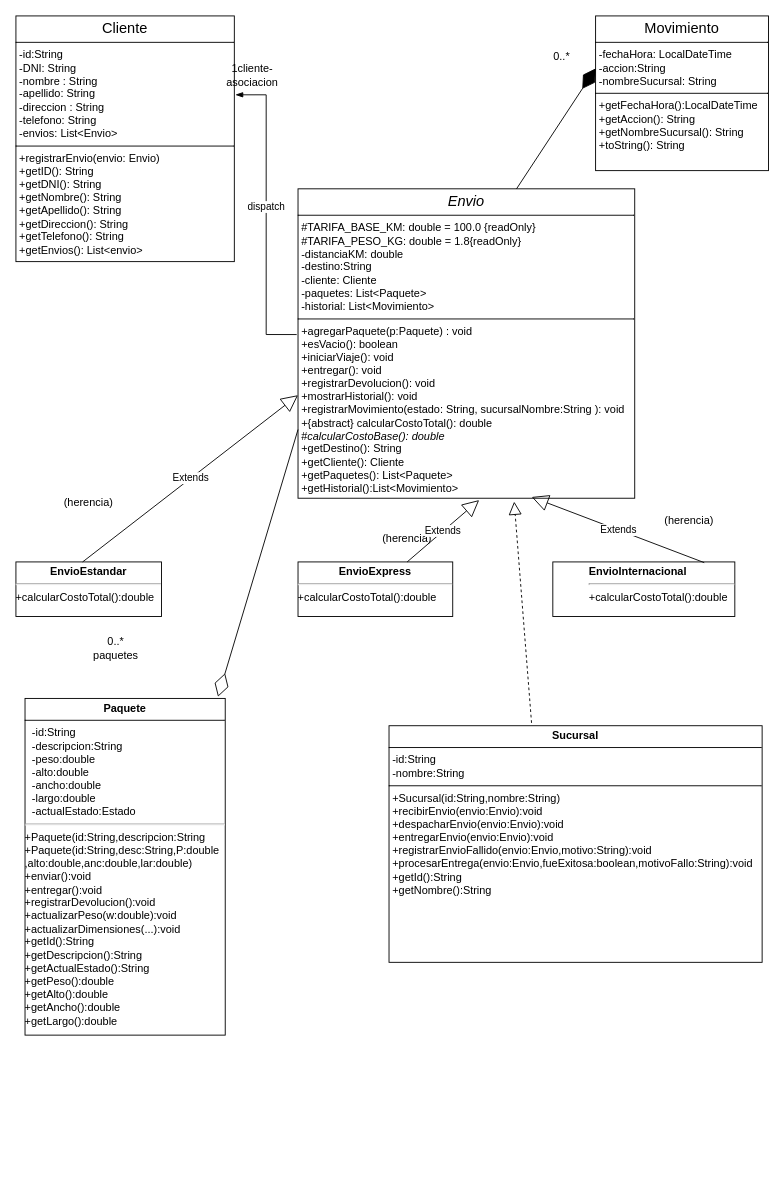
Before: tp2desarrollo.drawio in marcos21socram94-svg/tp2desarrollo.marcospenalva, a draw.io diagram. Source tidied: cells renumbered, new cells numbered last; positions are measured from the earlier drawing's top-left corner, leaving out a move shared by most shapes. Both pictures are drawn from the tidied source at 91%, with x=0, y=0 at pixel (15, 15).
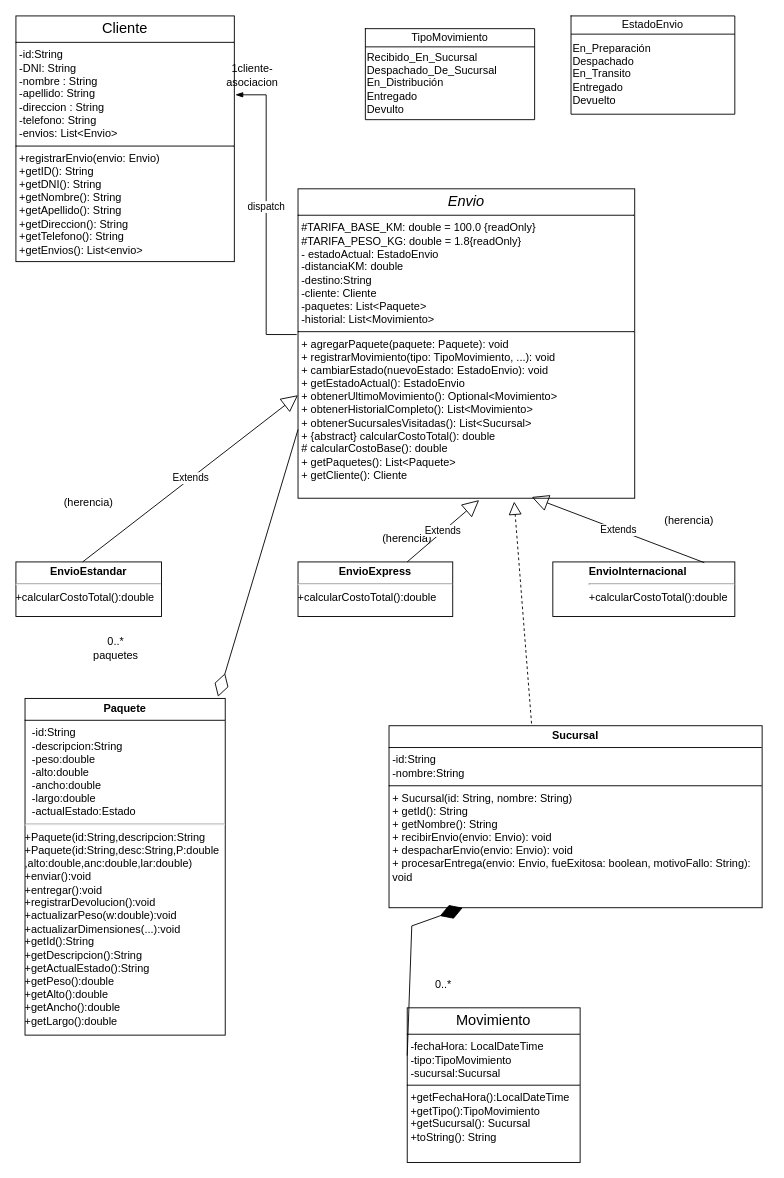
Above is the later version.

What changed in the source:
```diff
@@
-    <mxCell id="3" value="&lt;p style=&quot;margin:0px;margin-top:4px;text-align:center;&quot;&gt;&lt;span style=&quot;background-color: light-dark(#ffffff, var(--ge-dark-color, #121212));&quot;&gt;&lt;font style=&quot;font-size: 16px;&quot;&gt;Movimiento&lt;/font&gt;&lt;/span&gt;&lt;/p&gt;&lt;hr size=&quot;1&quot; style=&quot;border-style:solid;&quot;&gt;&lt;p style=&quot;margin:0px;margin-left:4px;&quot;&gt;-fechaHora: LocalDateTime&lt;/p&gt;&lt;p style=&quot;margin:0px;margin-left:4px;&quot;&gt;-accion:String&lt;/p&gt;&lt;p style=&quot;margin:0px;margin-left:4px;&quot;&gt;-nombreSucursal: String&lt;/p&gt;&lt;hr size=&quot;1&quot; style=&quot;border-style:solid;&quot;&gt;&lt;p style=&quot;margin:0px;margin-left:4px;&quot;&gt;+getFechaHora():LocalDateTime&lt;br&gt;&lt;/p&gt;&lt;p style=&quot;margin:0px;margin-left:4px;&quot;&gt;+getAccion(): String&lt;/p&gt;&lt;p style=&quot;margin:0px;margin-left:4px;&quot;&gt;+getNombreSucursal(): String&lt;/p&gt;&lt;p style=&quot;margin:0px;margin-left:4px;&quot;&gt;+toString(): String&lt;/p&gt;&lt;p style=&quot;margin:0px;margin-left:4px;&quot;&gt;&lt;br&gt;&lt;/p&gt;" style="verticalAlign=top;align=left;overflow=fill;html=1;whiteSpace=wrap;" parent="1" vertex="1">
-      <mxGeometry x="637" width="190" height="170" as="geometry" />
+    <mxCell id="3" value="&lt;p style=&quot;margin:0px;margin-top:4px;text-align:center;&quot;&gt;&lt;span style=&quot;background-color: light-dark(#ffffff, var(--ge-dark-color, #121212));&quot;&gt;&lt;font style=&quot;font-size: 16px;&quot;&gt;Movimiento&lt;/font&gt;&lt;/span&gt;&lt;/p&gt;&lt;hr size=&quot;1&quot; style=&quot;border-style:solid;&quot;&gt;&lt;p style=&quot;margin:0px;margin-left:4px;&quot;&gt;-fechaHora: LocalDateTime&lt;/p&gt;&lt;p style=&quot;margin:0px;margin-left:4px;&quot;&gt;-tipo:TipoMovimiento&lt;/p&gt;&lt;p style=&quot;margin:0px;margin-left:4px;&quot;&gt;-sucursal:Sucursal&lt;/p&gt;&lt;hr size=&quot;1&quot; style=&quot;border-style:solid;&quot;&gt;&lt;p style=&quot;margin:0px;margin-left:4px;&quot;&gt;+getFechaHora():LocalDateTime&lt;br&gt;&lt;/p&gt;&lt;p style=&quot;margin:0px;margin-left:4px;&quot;&gt;+getTipo():TipoMovimiento&lt;/p&gt;&lt;p style=&quot;margin:0px;margin-left:4px;&quot;&gt;+getSucursal(): Sucursal&lt;/p&gt;&lt;p style=&quot;margin:0px;margin-left:4px;&quot;&gt;+toString(): String&lt;/p&gt;&lt;p style=&quot;margin:0px;margin-left:4px;&quot;&gt;&lt;br&gt;&lt;/p&gt;" style="verticalAlign=top;align=left;overflow=fill;html=1;whiteSpace=wrap;" parent="1" vertex="1">
+      <mxGeometry x="430" y="1090" width="190" height="170" as="geometry" />
     </mxCell>
-    <mxCell id="4" value="&lt;p style=&quot;margin:0px;margin-top:4px;text-align:center;&quot;&gt;&lt;font style=&quot;font-size: 16px; background-color: light-dark(#ffffff, var(--ge-dark-color, #121212));&quot;&gt;&lt;i&gt;Envio&lt;/i&gt;&lt;/font&gt;&lt;/p&gt;&lt;hr size=&quot;1&quot; style=&quot;border-style:solid;&quot;&gt;&lt;p style=&quot;margin:0px;margin-left:4px;&quot;&gt;#TARIFA_BASE_KM: double = 100.0 {readOnly}&lt;br&gt;#TARIFA_PESO_KG: double = 1.8{readOnly}&lt;/p&gt;&lt;p style=&quot;margin:0px;margin-left:4px;&quot;&gt;-distanciaKM: double&lt;/p&gt;&lt;p style=&quot;margin:0px;margin-left:4px;&quot;&gt;-destino:String&lt;/p&gt;&lt;p style=&quot;margin:0px;margin-left:4px;&quot;&gt;-cliente: Cliente&lt;/p&gt;&lt;p style=&quot;margin:0px;margin-left:4px;&quot;&gt;-paquetes: List&amp;lt;Paquete&amp;gt;&lt;/p&gt;&lt;p style=&quot;margin:0px;margin-left:4px;&quot;&gt;-historial: List&amp;lt;Movimiento&amp;gt;&lt;/p&gt;&lt;hr size=&quot;1&quot; style=&quot;border-style:solid;&quot;&gt;&lt;p style=&quot;margin:0px;margin-left:4px;&quot;&gt;+agregarPaquete(p:Paquete) : void&lt;/p&gt;&lt;p style=&quot;margin:0px;margin-left:4px;&quot;&gt;+esVacio(): boolean&amp;nbsp;&lt;/p&gt;&lt;p style=&quot;margin:0px;margin-left:4px;&quot;&gt;+iniciarViaje(): void&lt;/p&gt;&lt;p style=&quot;margin:0px;margin-left:4px;&quot;&gt;+entregar(): void&lt;/p&gt;&lt;p style=&quot;margin:0px;margin-left:4px;&quot;&gt;+registrarDevolucion(): void&lt;/p&gt;&lt;p style=&quot;margin:0px;margin-left:4px;&quot;&gt;+mostrarHistorial(): void&lt;/p&gt;&lt;p style=&quot;margin:0px;margin-left:4px;&quot;&gt;+registrarMovimiento(estado: String, sucursalNombre:String ): void&lt;/p&gt;&lt;p style=&quot;margin:0px;margin-left:4px;&quot;&gt;+{abstract} calcularCostoTotal(): double&lt;/p&gt;&lt;p style=&quot;margin:0px;margin-left:4px;&quot;&gt;#&lt;i&gt;calcularCostoBase(): double&lt;/i&gt;&lt;/p&gt;&lt;p style=&quot;margin:0px;margin-left:4px;&quot;&gt;+getDestino(): String&lt;/p&gt;&lt;p style=&quot;margin:0px;margin-left:4px;&quot;&gt;+getCliente(): Cliente&lt;/p&gt;&lt;p style=&quot;margin:0px;margin-left:4px;&quot;&gt;+getPaquetes(): List&amp;lt;Paquete&amp;gt;&lt;/p&gt;&lt;p style=&quot;margin:0px;margin-left:4px;&quot;&gt;+getHistorial():List&amp;lt;Movimiento&amp;gt;&lt;/p&gt;" style="verticalAlign=top;align=left;overflow=fill;html=1;whiteSpace=wrap;" parent="1" vertex="1">
+    <mxCell id="4" value="&lt;p style=&quot;margin:0px;margin-top:4px;text-align:center;&quot;&gt;&lt;font style=&quot;font-size: 16px; background-color: light-dark(#ffffff, var(--ge-dark-color, #121212));&quot;&gt;&lt;i&gt;Envio&lt;/i&gt;&lt;/font&gt;&lt;/p&gt;&lt;hr size=&quot;1&quot; style=&quot;border-style:solid;&quot;&gt;&lt;p style=&quot;margin:0px;margin-left:4px;&quot;&gt;#TARIFA_BASE_KM: double = 100.0 {readOnly}&lt;br&gt;#TARIFA_PESO_KG: double = 1.8{readOnly}&lt;/p&gt;&lt;p style=&quot;margin:0px;margin-left:4px;&quot;&gt;- estadoActual: EstadoEnvio&lt;/p&gt;&lt;p style=&quot;margin:0px;margin-left:4px;&quot;&gt;-distanciaKM: double&lt;/p&gt;&lt;p style=&quot;margin:0px;margin-left:4px;&quot;&gt;-destino:String&lt;/p&gt;&lt;p style=&quot;margin:0px;margin-left:4px;&quot;&gt;-cliente: Cliente&lt;/p&gt;&lt;p style=&quot;margin:0px;margin-left:4px;&quot;&gt;-paquetes: List&amp;lt;Paquete&amp;gt;&lt;/p&gt;&lt;p style=&quot;margin:0px;margin-left:4px;&quot;&gt;-historial: List&amp;lt;Movimiento&amp;gt;&lt;/p&gt;&lt;hr size=&quot;1&quot; style=&quot;border-style:solid;&quot;&gt;&lt;p style=&quot;margin:0px;margin-left:4px;&quot;&gt;+ agregarPaquete(paquete: Paquete): void&lt;/p&gt;&lt;p style=&quot;margin:0px;margin-left:4px;&quot;&gt;+ registrarMovimiento(tipo: TipoMovimiento, ...): void&amp;nbsp;&lt;/p&gt;&lt;p style=&quot;margin:0px;margin-left:4px;&quot;&gt;+ cambiarEstado(nuevoEstado: EstadoEnvio): void&amp;nbsp;&lt;/p&gt;&lt;p style=&quot;margin:0px;margin-left:4px;&quot;&gt;+ getEstadoActual(): EstadoEnvio&amp;nbsp;&lt;/p&gt;&lt;p style=&quot;margin:0px;margin-left:4px;&quot;&gt;+ obtenerUltimoMovimiento(): Optional&amp;lt;Movimiento&amp;gt;&amp;nbsp;&lt;/p&gt;&lt;p style=&quot;margin:0px;margin-left:4px;&quot;&gt;+ obtenerHistorialCompleto(): List&amp;lt;Movimiento&amp;gt;&amp;nbsp;&lt;/p&gt;&lt;p style=&quot;margin:0px;margin-left:4px;&quot;&gt;+ obtenerSucursalesVisitadas(): List&amp;lt;Sucursal&amp;gt;&amp;nbsp;&lt;/p&gt;&lt;p style=&quot;margin:0px;margin-left:4px;&quot;&gt;+ {abstract} calcularCostoTotal(): double&amp;nbsp;&lt;/p&gt;&lt;p style=&quot;margin:0px;margin-left:4px;&quot;&gt;# calcularCostoBase(): double&amp;nbsp;&lt;/p&gt;&lt;p style=&quot;margin:0px;margin-left:4px;&quot;&gt;+ getPaquetes(): List&amp;lt;Paquete&amp;gt;&amp;nbsp;&lt;/p&gt;&lt;p style=&quot;margin:0px;margin-left:4px;&quot;&gt;+ getCliente(): Cliente&amp;nbsp;&lt;/p&gt;&lt;p style=&quot;margin:0px;margin-left:4px;&quot;&gt;&lt;br&gt;&lt;/p&gt;" style="verticalAlign=top;align=left;overflow=fill;html=1;whiteSpace=wrap;" parent="1" vertex="1">
       <mxGeometry x="310" y="190" width="370" height="340" as="geometry" />
     </mxCell>
@@
     <mxCell id="7" value="0..*" style="text;html=1;whiteSpace=wrap;strokeColor=none;fillColor=none;align=center;verticalAlign=middle;rounded=0;" parent="1" vertex="1">
-      <mxGeometry x="570" y="30" width="60" height="30" as="geometry" />
+      <mxGeometry x="440" y="1050" width="60" height="30" as="geometry" />
     </mxCell>
@@
-    <mxCell id="16" value="&lt;p style=&quot;margin:0px;margin-top:4px;text-align:center;&quot;&gt;&lt;b&gt;Sucursal&lt;/b&gt;&lt;/p&gt;&lt;hr size=&quot;1&quot; style=&quot;border-style:solid;&quot;&gt;&lt;p style=&quot;margin:0px;margin-left:4px;&quot;&gt;-id:String&lt;/p&gt;&lt;p style=&quot;margin:0px;margin-left:4px;&quot;&gt;-nombre:String&lt;span style=&quot;white-space: pre;&quot;&gt;&#9;&lt;/span&gt;&lt;/p&gt;&lt;hr size=&quot;1&quot; style=&quot;border-style:solid;&quot;&gt;&lt;p style=&quot;margin:0px;margin-left:4px;&quot;&gt;+Sucursal(id:String,nombre:String)&lt;br&gt;&lt;/p&gt;&lt;p style=&quot;margin:0px;margin-left:4px;&quot;&gt;+recibirEnvio(envio:Envio):void&lt;/p&gt;&lt;p style=&quot;margin:0px;margin-left:4px;&quot;&gt;+despacharEnvio(envio:Envio):void&lt;/p&gt;&lt;p style=&quot;margin:0px;margin-left:4px;&quot;&gt;+entregarEnvio(envio:Envio):void&lt;/p&gt;&lt;p style=&quot;margin:0px;margin-left:4px;&quot;&gt;+registrarEnvioFallido(envio:Envio,motivo:String):void&lt;/p&gt;&lt;p style=&quot;margin:0px;margin-left:4px;&quot;&gt;+procesarEntrega(envio:Envio,fueExitosa:boolean,motivoFallo:String):void&lt;/p&gt;&lt;p style=&quot;margin:0px;margin-left:4px;&quot;&gt;+getId():String&lt;/p&gt;&lt;p style=&quot;margin:0px;margin-left:4px;&quot;&gt;+getNombre():String&amp;nbsp;&lt;/p&gt;" style="verticalAlign=top;align=left;overflow=fill;html=1;whiteSpace=wrap;" parent="1" vertex="1">
-      <mxGeometry x="410" y="780" width="410" height="260" as="geometry" />
+    <mxCell id="16" value="&lt;p style=&quot;margin:0px;margin-top:4px;text-align:center;&quot;&gt;&lt;b&gt;Sucursal&lt;/b&gt;&lt;/p&gt;&lt;hr size=&quot;1&quot; style=&quot;border-style:solid;&quot;&gt;&lt;p style=&quot;margin:0px;margin-left:4px;&quot;&gt;-id:String&lt;/p&gt;&lt;p style=&quot;margin:0px;margin-left:4px;&quot;&gt;-nombre:String&lt;span style=&quot;white-space: pre;&quot;&gt;&#9;&lt;/span&gt;&lt;/p&gt;&lt;hr size=&quot;1&quot; style=&quot;border-style:solid;&quot;&gt;&lt;p style=&quot;margin:0px;margin-left:4px;&quot;&gt;+ Sucursal(id: String, nombre: String)&amp;nbsp;&lt;/p&gt;&lt;p style=&quot;margin:0px;margin-left:4px;&quot;&gt;+ getId(): String&amp;nbsp;&lt;/p&gt;&lt;p style=&quot;margin:0px;margin-left:4px;&quot;&gt;+ getNombre(): String&amp;nbsp;&lt;/p&gt;&lt;p style=&quot;margin:0px;margin-left:4px;&quot;&gt;+ recibirEnvio(envio: Envio): void&amp;nbsp;&lt;/p&gt;&lt;p style=&quot;margin:0px;margin-left:4px;&quot;&gt;+ despacharEnvio(envio: Envio): void&amp;nbsp;&lt;/p&gt;&lt;p style=&quot;margin:0px;margin-left:4px;&quot;&gt;+ procesarEntrega(envio: Envio, fueExitosa: boolean,&amp;nbsp;&lt;span style=&quot;background-color: transparent; color: light-dark(rgb(0, 0, 0), rgb(255, 255, 255));&quot;&gt;motivoFallo: String): void&amp;nbsp; &amp;nbsp;&lt;/span&gt;&lt;/p&gt;" style="verticalAlign=top;align=left;overflow=fill;html=1;whiteSpace=wrap;" parent="1" vertex="1">
+      <mxGeometry x="410" y="780" width="410" height="200" as="geometry" />
     </mxCell>
@@
-    <mxCell id="22" style="endArrow=diamondThin;endFill=1;endSize=24;html=1;rounded=0;exitX=0.649;exitY=0;exitDx=0;exitDy=0;exitPerimeter=0;entryX=0.001;entryY=0.339;entryDx=0;entryDy=0;entryPerimeter=0;" parent="1" edge="1" source="4" target="3">
-      <mxGeometry relative="1" as="geometry" />
-    </mxCell>
+    <mxCell id="23" style="endArrow=diamondThin;endFill=1;endSize=24;html=1;rounded=0;exitX=0;exitY=0.25;exitDx=0;exitDy=0;" parent="1" edge="1">
+      <mxGeometry relative="1" as="geometry">
+        <mxPoint x="430" y="1142.5" as="sourcePoint" />
+        <mxPoint x="491.1" y="980" as="targetPoint" />
+        <Array as="points">
+          <mxPoint x="435" y="1000" />
+        </Array>
+      </mxGeometry>
+    </mxCell>
+    <mxCell id="24" style="shape=table;startSize=0;childLayout=tableLayout;fixedHeader=1;" parent="1" vertex="1">
+      <mxGeometry x="610" width="180" height="108" as="geometry" />
+    </mxCell>
+    <mxCell id="25" style="shape=tableRow;horizontal=0;startSize=0;swimlaneHead=0;swimlaneBody=0;strokeColor=inherit;top=0;left=0;bottom=0;right=0;fillColor=none;fixedHeader=1;" parent="24" vertex="1">
+      <mxGeometry width="180" height="20" as="geometry" />
+    </mxCell>
+    <mxCell id="26" value="EstadoEnvio&lt;div&gt;&lt;br&gt;&lt;/div&gt;" style="shape=partialRectangle;html=1;whiteSpace=wrap;strokeColor=inherit;overflow=hidden;fillColor=none;top=0;left=0;bottom=0;right=0;" parent="25" vertex="1">
+      <mxGeometry width="180" height="20" as="geometry" />
+    </mxCell>
+    <mxCell id="27" style="shape=tableRow;horizontal=0;startSize=0;swimlaneHead=0;swimlaneBody=0;strokeColor=inherit;top=0;left=0;bottom=0;right=0;fillColor=none;fixedHeader=1;" parent="24" vertex="1">
+      <mxGeometry y="20" width="180" height="88" as="geometry" />
+    </mxCell>
+    <mxCell id="28" value="En_Preparación&lt;div&gt;Despachado&lt;/div&gt;&lt;div&gt;En_Transito&lt;/div&gt;&lt;div&gt;Entregado&lt;/div&gt;&lt;div&gt;Devuelto&lt;/div&gt;" style="shape=partialRectangle;html=1;whiteSpace=wrap;strokeColor=inherit;overflow=hidden;fillColor=none;top=0;left=0;bottom=0;right=0;align=left;" parent="27" vertex="1">
+      <mxGeometry width="180" height="88" as="geometry" />
+    </mxCell>
+    <mxCell id="29" style="shape=table;startSize=0;childLayout=tableLayout;fixedHeader=1;" parent="1" vertex="1">
+      <mxGeometry x="384" y="14" width="186" height="100" as="geometry" />
+    </mxCell>
+    <mxCell id="30" style="shape=tableRow;horizontal=0;startSize=0;swimlaneHead=0;swimlaneBody=0;strokeColor=inherit;top=0;left=0;bottom=0;right=0;fillColor=none;fixedHeader=1;" parent="29" vertex="1">
+      <mxGeometry width="186" height="20" as="geometry" />
+    </mxCell>
+    <mxCell id="31" value="TipoMovimiento" style="shape=partialRectangle;html=1;whiteSpace=wrap;strokeColor=inherit;overflow=hidden;fillColor=none;top=0;left=0;bottom=0;right=0;" parent="30" vertex="1">
+      <mxGeometry width="186" height="20" as="geometry" />
+    </mxCell>
+    <mxCell id="32" style="shape=tableRow;horizontal=0;startSize=0;swimlaneHead=0;swimlaneBody=0;strokeColor=inherit;top=0;left=0;bottom=0;right=0;fillColor=none;fixedHeader=1;" parent="29" vertex="1">
+      <mxGeometry y="20" width="186" height="80" as="geometry" />
+    </mxCell>
+    <mxCell id="33" value="Recibido_En_Sucursal&lt;div&gt;Despachado_De_Sucursal&lt;/div&gt;&lt;div&gt;En_Distribución&lt;/div&gt;&lt;div&gt;Entregado&lt;/div&gt;&lt;div&gt;Devulto&lt;/div&gt;" style="shape=partialRectangle;html=1;whiteSpace=wrap;strokeColor=inherit;overflow=hidden;fillColor=none;top=0;left=0;bottom=0;right=0;align=left;" parent="32" vertex="1">
+      <mxGeometry width="186" height="80" as="geometry" />
+    </mxCell>
```
